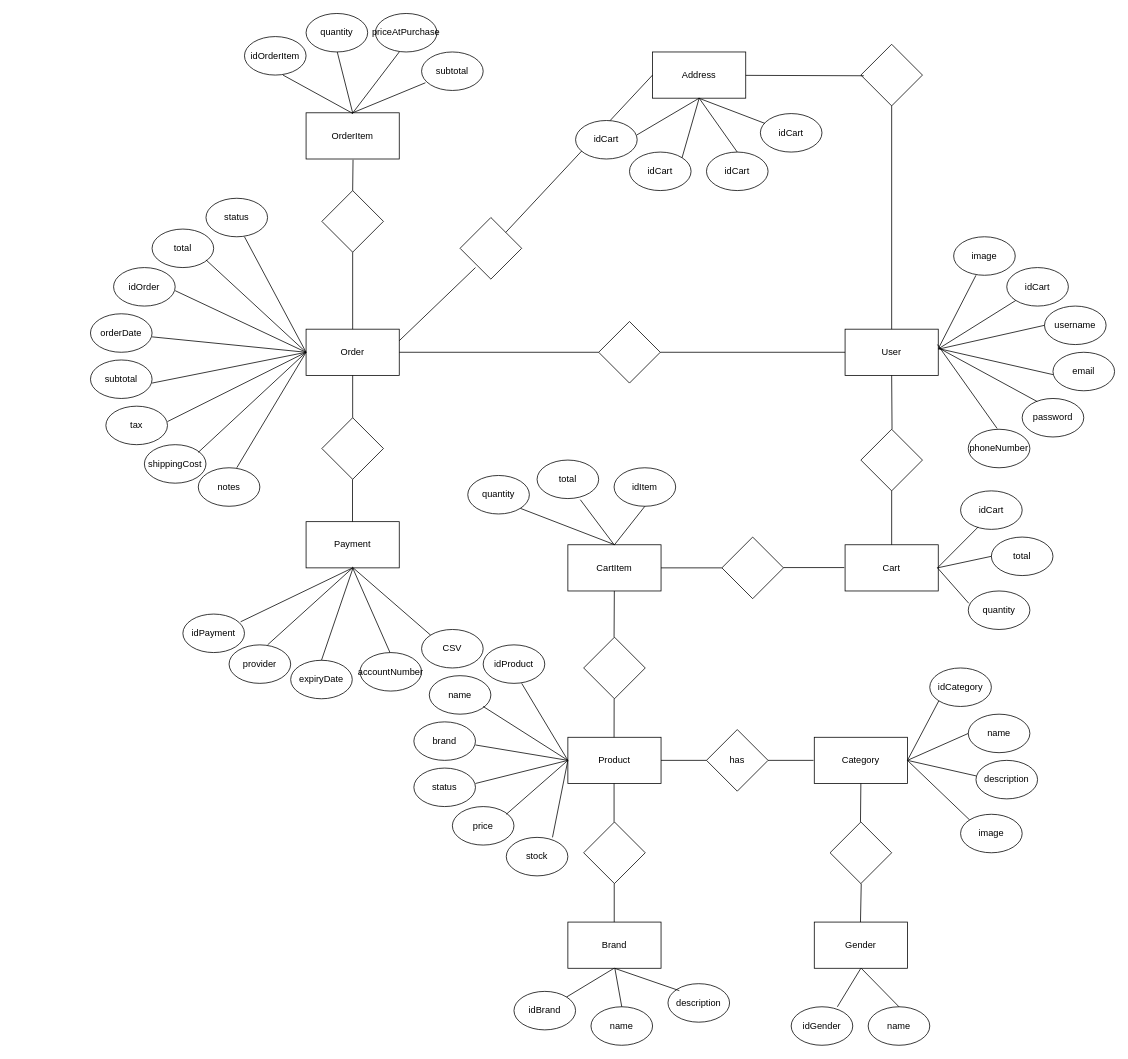
Earlier version of the draw.io diagram architecture/DER.drawio (LuisPiquinRey/Saga-knot). Source tidied: cells renumbered, new cells numbered last; positions are measured from the earlier drawing's top-left corner, leaving out a move shared by most shapes. Both pictures are drawn from the tidied source at 77%, with x=0, y=0 at pixel (90, 13).
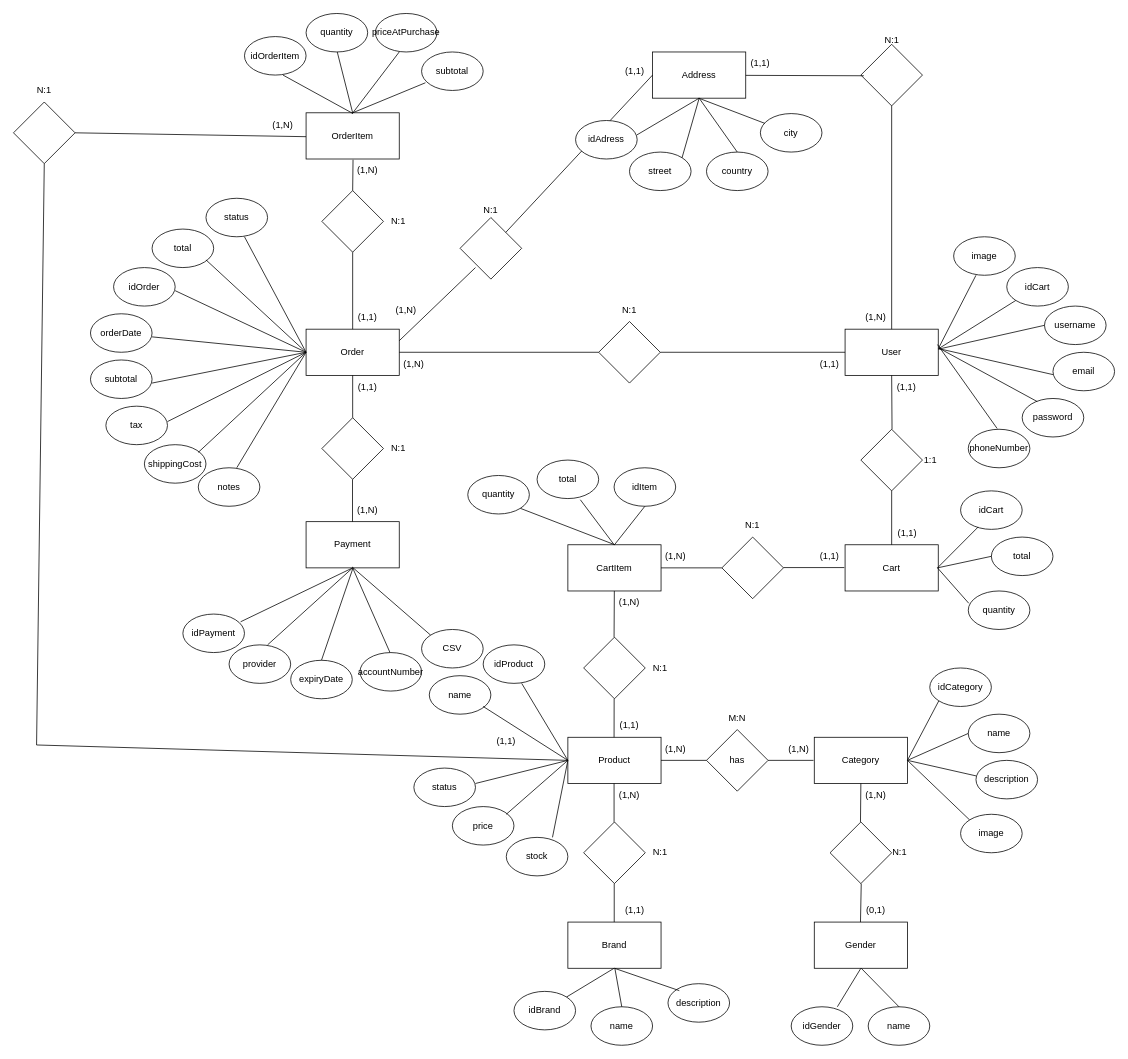
The same page after the edit.

Commit message (it also covers changes not shown here):
feat(architecture): Added physique diagram

The change refers to these unchanged cells:
```xml
<mxCell id="2" value="Product" style="rounded=0;whiteSpace=wrap;html=1;" parent="1" vertex="1">
  <mxGeometry x="620" y="940" width="121" height="60" as="geometry" />
</mxCell>
```

Change to the diagram source:
```diff
@@
-    <mxCell id="5" value="brand" style="ellipse;whiteSpace=wrap;html=1;" parent="1" vertex="1">
-      <mxGeometry x="420" y="920" width="80" height="50" as="geometry" />
-    </mxCell>
@@
-    <mxCell id="13" style="endArrow=none;html=1;rounded=0;entryX=0;entryY=0.5;entryDx=0;entryDy=0;" parent="1" edge="1" target="2">
-      <mxGeometry relative="1" as="geometry">
-        <mxPoint x="500" y="950" as="sourcePoint" />
-      </mxGeometry>
-    </mxCell>
@@
-    <mxCell id="79" value="idCart" style="ellipse;whiteSpace=wrap;html=1;" parent="1" vertex="1">
+    <mxCell id="79" value="street" style="ellipse;whiteSpace=wrap;html=1;" parent="1" vertex="1">
       <mxGeometry x="700" y="180" width="80" height="50" as="geometry" />
     </mxCell>
-    <mxCell id="80" value="idCart" style="ellipse;whiteSpace=wrap;html=1;" parent="1" vertex="1">
+    <mxCell id="80" value="country" style="ellipse;whiteSpace=wrap;html=1;" parent="1" vertex="1">
       <mxGeometry x="800" y="180" width="80" height="50" as="geometry" />
     </mxCell>
-    <mxCell id="81" value="idCart" style="ellipse;whiteSpace=wrap;html=1;" parent="1" vertex="1">
+    <mxCell id="81" value="city" style="ellipse;whiteSpace=wrap;html=1;" parent="1" vertex="1">
       <mxGeometry x="870" y="130" width="80" height="50" as="geometry" />
     </mxCell>
@@
-    <mxCell id="142" value="idCart" style="ellipse;whiteSpace=wrap;html=1;" parent="1" vertex="1">
+    <mxCell id="142" value="idAdress" style="ellipse;whiteSpace=wrap;html=1;" parent="1" vertex="1">
       <mxGeometry x="630" y="139" width="80" height="50" as="geometry" />
     </mxCell>
+    <mxCell id="143" value="(1,N)" style="text;html=1;whiteSpace=wrap;strokeColor=none;fillColor=none;align=center;verticalAlign=middle;rounded=0;" parent="1" vertex="1">
+      <mxGeometry x="890" y="940" width="60" height="30" as="geometry" />
+    </mxCell>
+    <mxCell id="144" value="(1,N)" style="text;html=1;whiteSpace=wrap;strokeColor=none;fillColor=none;align=center;verticalAlign=middle;rounded=0;" parent="1" vertex="1">
+      <mxGeometry x="730" y="940" width="60" height="30" as="geometry" />
+    </mxCell>
+    <mxCell id="145" value="M:N" style="text;html=1;whiteSpace=wrap;strokeColor=none;fillColor=none;align=center;verticalAlign=middle;rounded=0;" parent="1" vertex="1">
+      <mxGeometry x="810" y="900" width="60" height="30" as="geometry" />
+    </mxCell>
+    <mxCell id="146" value="(1,1)" style="text;html=1;whiteSpace=wrap;strokeColor=none;fillColor=none;align=center;verticalAlign=middle;rounded=0;" parent="1" vertex="1">
+      <mxGeometry x="677" y="1150" width="60" height="30" as="geometry" />
+    </mxCell>
+    <mxCell id="147" value="(1,N)" style="text;html=1;whiteSpace=wrap;strokeColor=none;fillColor=none;align=center;verticalAlign=middle;rounded=0;" parent="1" vertex="1">
+      <mxGeometry x="670" y="1000" width="60" height="30" as="geometry" />
+    </mxCell>
+    <mxCell id="148" value="N:1" style="text;html=1;whiteSpace=wrap;strokeColor=none;fillColor=none;align=center;verticalAlign=middle;rounded=0;" parent="1" vertex="1">
+      <mxGeometry x="710" y="1075" width="60" height="30" as="geometry" />
+    </mxCell>
+    <mxCell id="149" value="(0,1)" style="text;html=1;whiteSpace=wrap;strokeColor=none;fillColor=none;align=center;verticalAlign=middle;rounded=0;" parent="1" vertex="1">
+      <mxGeometry x="990" y="1150" width="60" height="30" as="geometry" />
+    </mxCell>
+    <mxCell id="150" value="(1,N)" style="text;html=1;whiteSpace=wrap;strokeColor=none;fillColor=none;align=center;verticalAlign=middle;rounded=0;" parent="1" vertex="1">
+      <mxGeometry x="990" y="1000" width="60" height="30" as="geometry" />
+    </mxCell>
+    <mxCell id="151" value="N:1" style="text;html=1;whiteSpace=wrap;strokeColor=none;fillColor=none;align=center;verticalAlign=middle;rounded=0;" parent="1" vertex="1">
+      <mxGeometry x="1020.5" y="1075" width="60" height="30" as="geometry" />
+    </mxCell>
+    <mxCell id="152" value="(1,1)" style="text;html=1;whiteSpace=wrap;strokeColor=none;fillColor=none;align=center;verticalAlign=middle;rounded=0;" parent="1" vertex="1">
+      <mxGeometry x="670" y="910" width="60" height="30" as="geometry" />
+    </mxCell>
+    <mxCell id="153" value="(1,N)" style="text;html=1;whiteSpace=wrap;strokeColor=none;fillColor=none;align=center;verticalAlign=middle;rounded=0;" parent="1" vertex="1">
+      <mxGeometry x="670" y="750" width="60" height="30" as="geometry" />
+    </mxCell>
+    <mxCell id="154" value="N:1" style="text;html=1;whiteSpace=wrap;strokeColor=none;fillColor=none;align=center;verticalAlign=middle;rounded=0;" parent="1" vertex="1">
+      <mxGeometry x="710" y="835" width="60" height="30" as="geometry" />
+    </mxCell>
+    <mxCell id="155" value="(1,N)" style="text;html=1;whiteSpace=wrap;strokeColor=none;fillColor=none;align=center;verticalAlign=middle;rounded=0;" parent="1" vertex="1">
+      <mxGeometry x="730" y="690" width="60" height="30" as="geometry" />
+    </mxCell>
+    <mxCell id="156" value="(1,1)" style="text;html=1;whiteSpace=wrap;strokeColor=none;fillColor=none;align=center;verticalAlign=middle;rounded=0;" parent="1" vertex="1">
+      <mxGeometry x="930" y="690" width="60" height="30" as="geometry" />
+    </mxCell>
+    <mxCell id="157" value="N:1" style="text;html=1;whiteSpace=wrap;strokeColor=none;fillColor=none;align=center;verticalAlign=middle;rounded=0;" parent="1" vertex="1">
+      <mxGeometry x="830" y="650" width="60" height="30" as="geometry" />
+    </mxCell>
+    <mxCell id="158" value="(1,1)" style="text;html=1;whiteSpace=wrap;strokeColor=none;fillColor=none;align=center;verticalAlign=middle;rounded=0;" parent="1" vertex="1">
+      <mxGeometry x="1031" y="660" width="60" height="30" as="geometry" />
+    </mxCell>
+    <mxCell id="159" value="(1,1)" style="text;html=1;whiteSpace=wrap;strokeColor=none;fillColor=none;align=center;verticalAlign=middle;rounded=0;" parent="1" vertex="1">
+      <mxGeometry x="1030" y="470" width="60" height="30" as="geometry" />
+    </mxCell>
+    <mxCell id="160" value="1:1" style="text;html=1;whiteSpace=wrap;strokeColor=none;fillColor=none;align=center;verticalAlign=middle;rounded=0;" parent="1" vertex="1">
+      <mxGeometry x="1061" y="565" width="60" height="30" as="geometry" />
+    </mxCell>
+    <mxCell id="161" value="(1,1)" style="text;html=1;whiteSpace=wrap;strokeColor=none;fillColor=none;align=center;verticalAlign=middle;rounded=0;" parent="1" vertex="1">
+      <mxGeometry x="930" y="440" width="60" height="30" as="geometry" />
+    </mxCell>
+    <mxCell id="162" value="(1,N)" style="text;html=1;whiteSpace=wrap;strokeColor=none;fillColor=none;align=center;verticalAlign=middle;rounded=0;" parent="1" vertex="1">
+      <mxGeometry x="390" y="440" width="60" height="30" as="geometry" />
+    </mxCell>
+    <mxCell id="163" value="N:1" style="text;html=1;whiteSpace=wrap;strokeColor=none;fillColor=none;align=center;verticalAlign=middle;rounded=0;" parent="1" vertex="1">
+      <mxGeometry x="670" y="370" width="60" height="30" as="geometry" />
+    </mxCell>
+    <mxCell id="164" value="(1,1)" style="text;html=1;whiteSpace=wrap;strokeColor=none;fillColor=none;align=center;verticalAlign=middle;rounded=0;" parent="1" vertex="1">
+      <mxGeometry x="330" y="380" width="60" height="30" as="geometry" />
+    </mxCell>
+    <mxCell id="165" style="rhombus;whiteSpace=wrap;html=1;" parent="1" vertex="1">
+      <mxGeometry x="-100" y="115" width="80" height="80" as="geometry" />
+    </mxCell>
+    <mxCell id="166" style="endArrow=none;html=1;rounded=0;exitX=1;exitY=0.5;exitDx=0;exitDy=0;" parent="1" edge="1" source="165">
+      <mxGeometry relative="1" as="geometry">
+        <mxPoint x="280" y="160" as="targetPoint" />
+      </mxGeometry>
+    </mxCell>
+    <mxCell id="167" style="endArrow=none;html=1;rounded=0;" parent="1" edge="1">
+      <mxGeometry relative="1" as="geometry">
+        <mxPoint x="-70" y="950" as="sourcePoint" />
+        <mxPoint x="-60" y="195" as="targetPoint" />
+      </mxGeometry>
+    </mxCell>
+    <mxCell id="168" style="endArrow=none;html=1;rounded=0;" parent="1" edge="1">
+      <mxGeometry relative="1" as="geometry">
+        <mxPoint x="-70" y="950" as="sourcePoint" />
+        <mxPoint x="620" y="970" as="targetPoint" />
+      </mxGeometry>
+    </mxCell>
+    <mxCell id="169" value="(1,N)" style="text;html=1;whiteSpace=wrap;strokeColor=none;fillColor=none;align=center;verticalAlign=middle;rounded=0;" parent="1" vertex="1">
+      <mxGeometry x="330" y="189" width="60" height="30" as="geometry" />
+    </mxCell>
+    <mxCell id="170" value="N:1" style="text;html=1;whiteSpace=wrap;strokeColor=none;fillColor=none;align=center;verticalAlign=middle;rounded=0;" parent="1" vertex="1">
+      <mxGeometry x="370" y="255" width="60" height="30" as="geometry" />
+    </mxCell>
+    <mxCell id="171" value="(1,N)" style="text;html=1;whiteSpace=wrap;strokeColor=none;fillColor=none;align=center;verticalAlign=middle;rounded=0;" parent="1" vertex="1">
+      <mxGeometry x="220" y="130" width="60" height="30" as="geometry" />
+    </mxCell>
+    <mxCell id="172" value="(1,1)" style="text;html=1;whiteSpace=wrap;strokeColor=none;fillColor=none;align=center;verticalAlign=middle;rounded=0;" parent="1" vertex="1">
+      <mxGeometry x="510" y="930" width="60" height="30" as="geometry" />
+    </mxCell>
+    <mxCell id="173" value="N:1" style="text;html=1;whiteSpace=wrap;strokeColor=none;fillColor=none;align=center;verticalAlign=middle;rounded=0;" parent="1" vertex="1">
+      <mxGeometry x="-90" y="85" width="60" height="30" as="geometry" />
+    </mxCell>
+    <mxCell id="174" value="(1,1)" style="text;html=1;whiteSpace=wrap;strokeColor=none;fillColor=none;align=center;verticalAlign=middle;rounded=0;" parent="1" vertex="1">
+      <mxGeometry x="330" y="470" width="60" height="30" as="geometry" />
+    </mxCell>
+    <mxCell id="175" value="(1,N)" style="text;html=1;whiteSpace=wrap;strokeColor=none;fillColor=none;align=center;verticalAlign=middle;rounded=0;" parent="1" vertex="1">
+      <mxGeometry x="330" y="630" width="60" height="30" as="geometry" />
+    </mxCell>
+    <mxCell id="176" value="N:1" style="text;html=1;whiteSpace=wrap;strokeColor=none;fillColor=none;align=center;verticalAlign=middle;rounded=0;" parent="1" vertex="1">
+      <mxGeometry x="370" y="550" width="60" height="30" as="geometry" />
+    </mxCell>
+    <mxCell id="177" value="(1,1)" style="text;html=1;whiteSpace=wrap;strokeColor=none;fillColor=none;align=center;verticalAlign=middle;rounded=0;" parent="1" vertex="1">
+      <mxGeometry x="840" y="50" width="60" height="30" as="geometry" />
+    </mxCell>
+    <mxCell id="178" value="N:1" style="text;html=1;whiteSpace=wrap;strokeColor=none;fillColor=none;align=center;verticalAlign=middle;rounded=0;" parent="1" vertex="1">
+      <mxGeometry x="1010.5" y="20" width="60" height="30" as="geometry" />
+    </mxCell>
+    <mxCell id="179" value="(1,1)" style="text;html=1;whiteSpace=wrap;strokeColor=none;fillColor=none;align=center;verticalAlign=middle;rounded=0;" parent="1" vertex="1">
+      <mxGeometry x="677" y="60" width="60" height="30" as="geometry" />
+    </mxCell>
+    <mxCell id="180" value="(1,N)" style="text;html=1;whiteSpace=wrap;strokeColor=none;fillColor=none;align=center;verticalAlign=middle;rounded=0;" parent="1" vertex="1">
+      <mxGeometry x="380" y="370" width="60" height="30" as="geometry" />
+    </mxCell>
+    <mxCell id="181" value="(1,N)" style="text;html=1;whiteSpace=wrap;strokeColor=none;fillColor=none;align=center;verticalAlign=middle;rounded=0;" parent="1" vertex="1">
+      <mxGeometry x="990" y="380" width="60" height="30" as="geometry" />
+    </mxCell>
+    <mxCell id="182" value="N:1" style="text;html=1;whiteSpace=wrap;strokeColor=none;fillColor=none;align=center;verticalAlign=middle;rounded=0;" parent="1" vertex="1">
+      <mxGeometry x="490" y="240" width="60" height="30" as="geometry" />
+    </mxCell>
```
